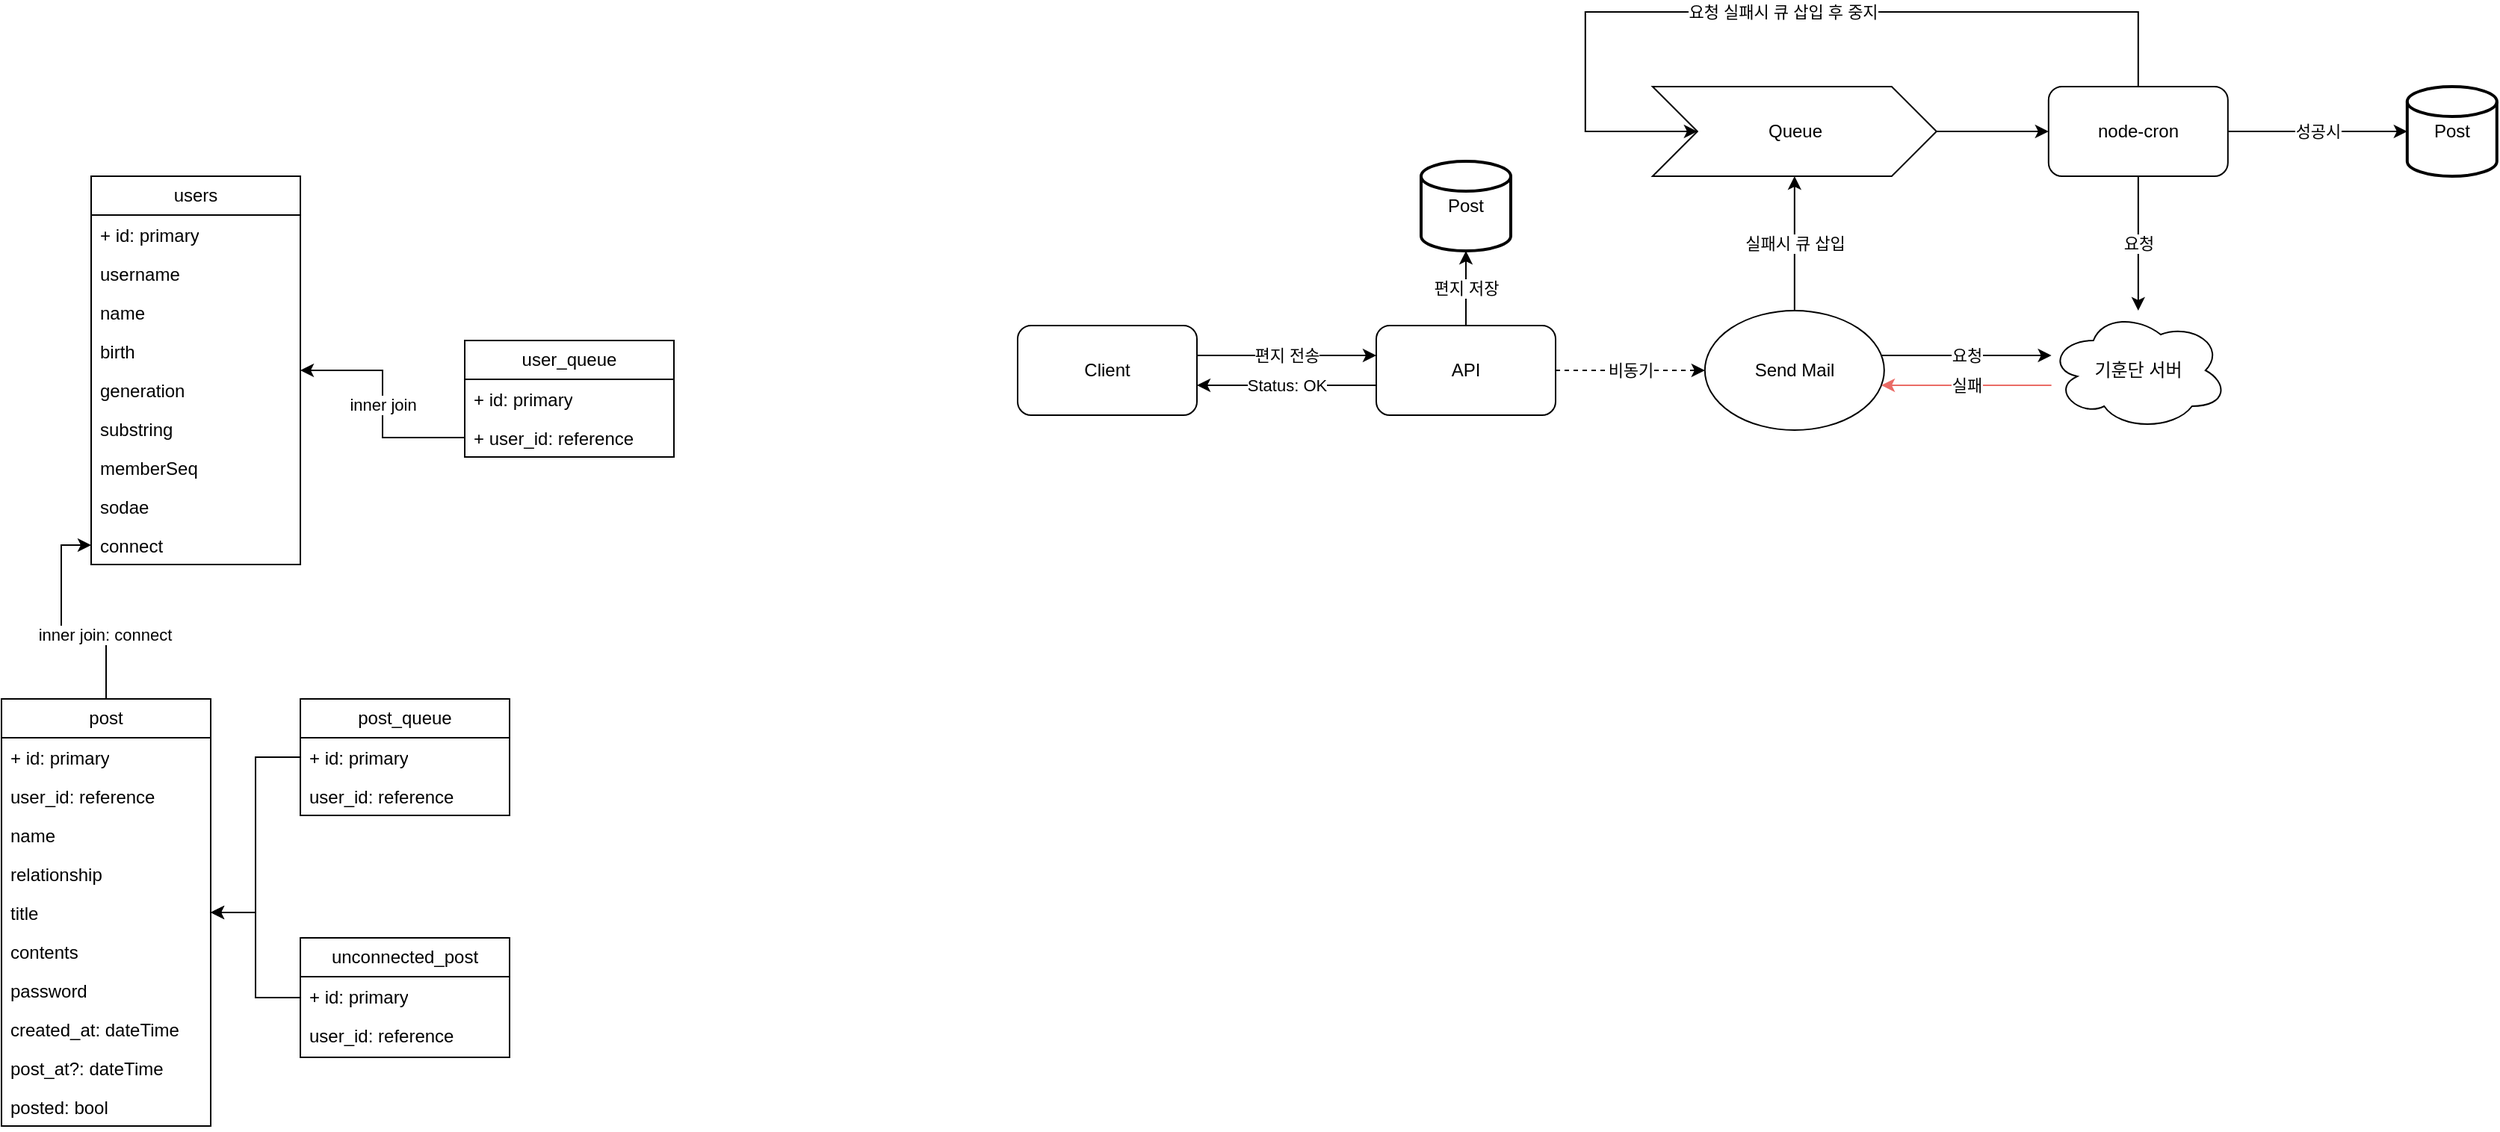
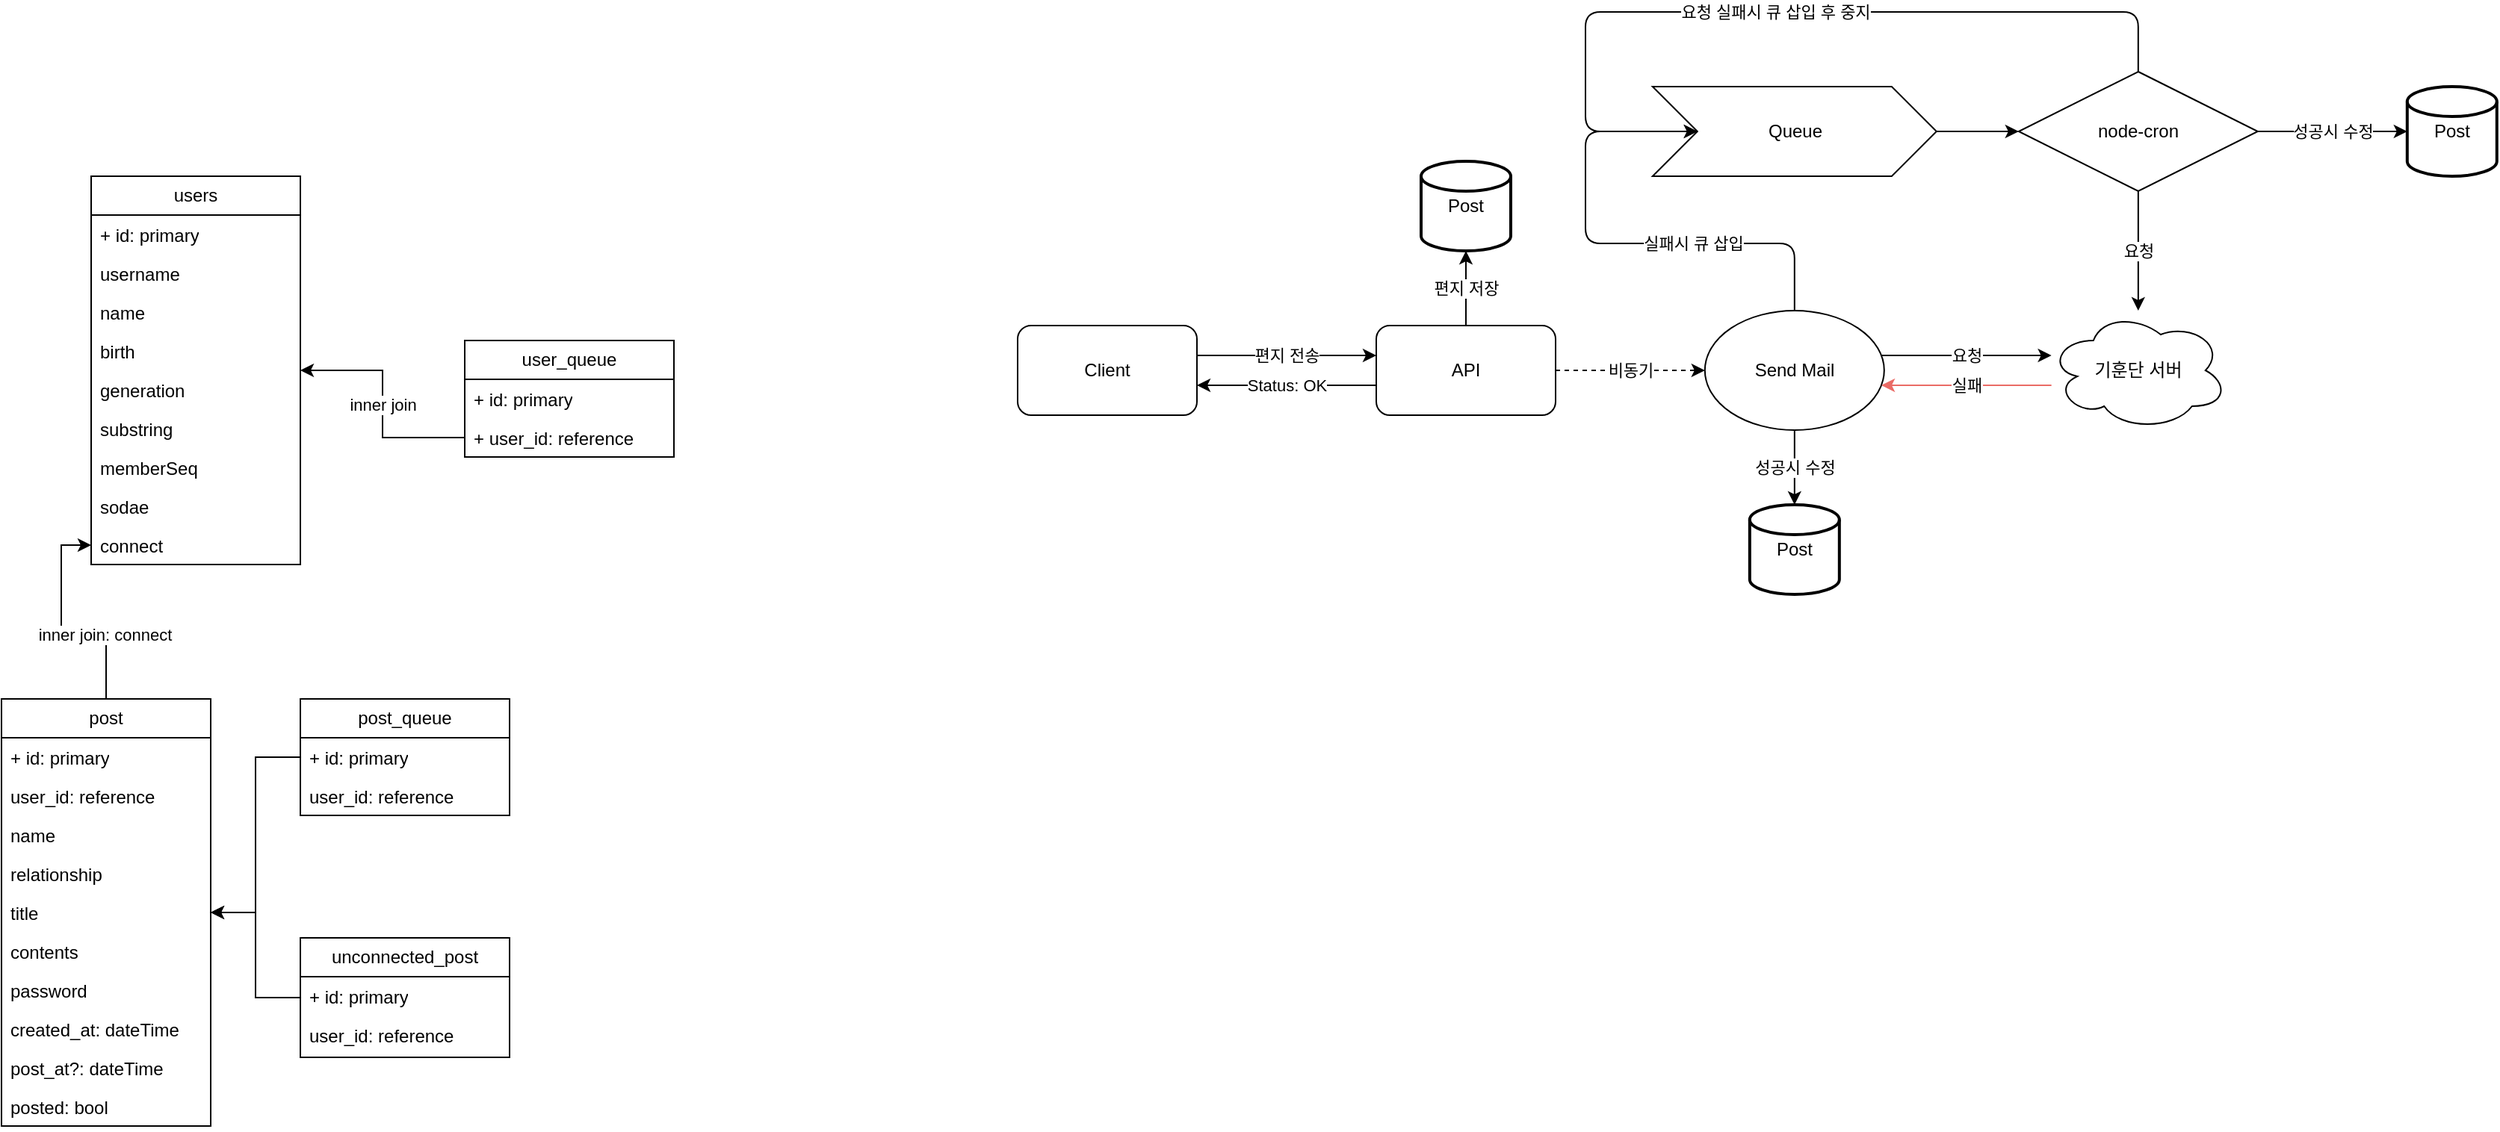
- <mxfile host="app.diagrams.net" modified="2024-04-08T14:14:40.045Z" agent="Mozilla/5.0 (X11; Linux x86_64) AppleWebKit/537.36 (KHTML, like Gecko) Chrome/109.0.0.0 Safari/537.36" etag="KxQUypgug7Vhi6y_9nnY" version="24.2.2" type="github">
+ <mxfile host="app.diagrams.net" modified="2024-04-08T14:18:54.072Z" agent="Mozilla/5.0 (X11; Linux x86_64) AppleWebKit/537.36 (KHTML, like Gecko) Chrome/109.0.0.0 Safari/537.36" etag="zryhcxBLEl_fFyGCxtGL" version="24.2.2" type="github">
  <diagram name="페이지-1" id="YYIqQqlZSumYDMB_ZiYN">
-     <mxGraphModel dx="1434" dy="776" grid="1" gridSize="10" guides="1" tooltips="1" connect="1" arrows="1" fold="1" page="1" pageScale="1" pageWidth="827" pageHeight="1169" math="0" shadow="0">
+     <mxGraphModel dx="1195" dy="647" grid="1" gridSize="10" guides="1" tooltips="1" connect="1" arrows="1" fold="1" page="1" pageScale="1" pageWidth="827" pageHeight="1169" math="0" shadow="0">
      <root>
        <mxCell id="0" />
        <mxCell id="1" parent="0" />
        <mxCell id="AZsRamwOxZUp80OkMe_C-2" value="users" style="swimlane;fontStyle=0;childLayout=stackLayout;horizontal=1;startSize=26;fillColor=none;horizontalStack=0;resizeParent=1;resizeParentMax=0;resizeLast=0;collapsible=1;marginBottom=0;whiteSpace=wrap;html=1;" parent="1" vertex="1">
          <mxGeometry x="140" y="250" width="140" height="260" as="geometry" />
        </mxCell>
        <mxCell id="AZsRamwOxZUp80OkMe_C-3" value="+ id: primary" style="text;strokeColor=none;fillColor=none;align=left;verticalAlign=top;spacingLeft=4;spacingRight=4;overflow=hidden;rotatable=0;points=[[0,0.5],[1,0.5]];portConstraint=eastwest;whiteSpace=wrap;html=1;" parent="AZsRamwOxZUp80OkMe_C-2" vertex="1">
          <mxGeometry y="26" width="140" height="26" as="geometry" />
        </mxCell>
        <mxCell id="AZsRamwOxZUp80OkMe_C-4" value="username" style="text;strokeColor=none;fillColor=none;align=left;verticalAlign=top;spacingLeft=4;spacingRight=4;overflow=hidden;rotatable=0;points=[[0,0.5],[1,0.5]];portConstraint=eastwest;whiteSpace=wrap;html=1;" parent="AZsRamwOxZUp80OkMe_C-2" vertex="1">
          <mxGeometry y="52" width="140" height="26" as="geometry" />
        </mxCell>
        <mxCell id="AZsRamwOxZUp80OkMe_C-5" value="name" style="text;strokeColor=none;fillColor=none;align=left;verticalAlign=top;spacingLeft=4;spacingRight=4;overflow=hidden;rotatable=0;points=[[0,0.5],[1,0.5]];portConstraint=eastwest;whiteSpace=wrap;html=1;" parent="AZsRamwOxZUp80OkMe_C-2" vertex="1">
          <mxGeometry y="78" width="140" height="26" as="geometry" />
        </mxCell>
        <mxCell id="AZsRamwOxZUp80OkMe_C-10" value="birth" style="text;strokeColor=none;fillColor=none;align=left;verticalAlign=top;spacingLeft=4;spacingRight=4;overflow=hidden;rotatable=0;points=[[0,0.5],[1,0.5]];portConstraint=eastwest;whiteSpace=wrap;html=1;" parent="AZsRamwOxZUp80OkMe_C-2" vertex="1">
          <mxGeometry y="104" width="140" height="26" as="geometry" />
        </mxCell>
        <mxCell id="AZsRamwOxZUp80OkMe_C-11" value="generation" style="text;strokeColor=none;fillColor=none;align=left;verticalAlign=top;spacingLeft=4;spacingRight=4;overflow=hidden;rotatable=0;points=[[0,0.5],[1,0.5]];portConstraint=eastwest;whiteSpace=wrap;html=1;" parent="AZsRamwOxZUp80OkMe_C-2" vertex="1">
          <mxGeometry y="130" width="140" height="26" as="geometry" />
        </mxCell>
        <mxCell id="AZsRamwOxZUp80OkMe_C-12" value="substring" style="text;strokeColor=none;fillColor=none;align=left;verticalAlign=top;spacingLeft=4;spacingRight=4;overflow=hidden;rotatable=0;points=[[0,0.5],[1,0.5]];portConstraint=eastwest;whiteSpace=wrap;html=1;" parent="AZsRamwOxZUp80OkMe_C-2" vertex="1">
          <mxGeometry y="156" width="140" height="26" as="geometry" />
        </mxCell>
        <mxCell id="AZsRamwOxZUp80OkMe_C-15" value="memberSeq" style="text;strokeColor=none;fillColor=none;align=left;verticalAlign=top;spacingLeft=4;spacingRight=4;overflow=hidden;rotatable=0;points=[[0,0.5],[1,0.5]];portConstraint=eastwest;whiteSpace=wrap;html=1;" parent="AZsRamwOxZUp80OkMe_C-2" vertex="1">
          <mxGeometry y="182" width="140" height="26" as="geometry" />
        </mxCell>
        <mxCell id="AZsRamwOxZUp80OkMe_C-14" value="sodae" style="text;strokeColor=none;fillColor=none;align=left;verticalAlign=top;spacingLeft=4;spacingRight=4;overflow=hidden;rotatable=0;points=[[0,0.5],[1,0.5]];portConstraint=eastwest;whiteSpace=wrap;html=1;" parent="AZsRamwOxZUp80OkMe_C-2" vertex="1">
          <mxGeometry y="208" width="140" height="26" as="geometry" />
        </mxCell>
        <mxCell id="AZsRamwOxZUp80OkMe_C-16" value="connect" style="text;strokeColor=none;fillColor=none;align=left;verticalAlign=top;spacingLeft=4;spacingRight=4;overflow=hidden;rotatable=0;points=[[0,0.5],[1,0.5]];portConstraint=eastwest;whiteSpace=wrap;html=1;" parent="AZsRamwOxZUp80OkMe_C-2" vertex="1">
          <mxGeometry y="234" width="140" height="26" as="geometry" />
        </mxCell>
        <mxCell id="AZsRamwOxZUp80OkMe_C-6" value="user_queue" style="swimlane;fontStyle=0;childLayout=stackLayout;horizontal=1;startSize=26;fillColor=none;horizontalStack=0;resizeParent=1;resizeParentMax=0;resizeLast=0;collapsible=1;marginBottom=0;whiteSpace=wrap;html=1;" parent="1" vertex="1">
          <mxGeometry x="390" y="360" width="140" height="78" as="geometry" />
        </mxCell>
        <mxCell id="AZsRamwOxZUp80OkMe_C-18" value="+ id: primary" style="text;strokeColor=none;fillColor=none;align=left;verticalAlign=top;spacingLeft=4;spacingRight=4;overflow=hidden;rotatable=0;points=[[0,0.5],[1,0.5]];portConstraint=eastwest;whiteSpace=wrap;html=1;" parent="AZsRamwOxZUp80OkMe_C-6" vertex="1">
          <mxGeometry y="26" width="140" height="26" as="geometry" />
        </mxCell>
        <mxCell id="AZsRamwOxZUp80OkMe_C-7" value="+ user_id: reference" style="text;strokeColor=none;fillColor=none;align=left;verticalAlign=top;spacingLeft=4;spacingRight=4;overflow=hidden;rotatable=0;points=[[0,0.5],[1,0.5]];portConstraint=eastwest;whiteSpace=wrap;html=1;" parent="AZsRamwOxZUp80OkMe_C-6" vertex="1">
          <mxGeometry y="52" width="140" height="26" as="geometry" />
        </mxCell>
        <mxCell id="AZsRamwOxZUp80OkMe_C-19" value="inner join" style="edgeStyle=orthogonalEdgeStyle;rounded=0;orthogonalLoop=1;jettySize=auto;html=1;" parent="1" source="AZsRamwOxZUp80OkMe_C-7" target="AZsRamwOxZUp80OkMe_C-2" edge="1">
          <mxGeometry relative="1" as="geometry" />
        </mxCell>
        <mxCell id="F6sanjwA14LKa2ckui42-2" style="edgeStyle=orthogonalEdgeStyle;rounded=0;orthogonalLoop=1;jettySize=auto;html=1;" parent="1" source="AZsRamwOxZUp80OkMe_C-20" target="AZsRamwOxZUp80OkMe_C-16" edge="1">
          <mxGeometry relative="1" as="geometry" />
        </mxCell>
        <mxCell id="F6sanjwA14LKa2ckui42-3" value="inner join: connect" style="edgeLabel;html=1;align=center;verticalAlign=middle;resizable=0;points=[];" parent="F6sanjwA14LKa2ckui42-2" vertex="1" connectable="0">
          <mxGeometry x="-0.4284" y="1" relative="1" as="geometry">
            <mxPoint as="offset" />
          </mxGeometry>
        </mxCell>
        <mxCell id="AZsRamwOxZUp80OkMe_C-20" value="post" style="swimlane;fontStyle=0;childLayout=stackLayout;horizontal=1;startSize=26;fillColor=none;horizontalStack=0;resizeParent=1;resizeParentMax=0;resizeLast=0;collapsible=1;marginBottom=0;whiteSpace=wrap;html=1;" parent="1" vertex="1">
          <mxGeometry x="80" y="600" width="140" height="286" as="geometry" />
        </mxCell>
        <mxCell id="AZsRamwOxZUp80OkMe_C-21" value="+ id: primary" style="text;strokeColor=none;fillColor=none;align=left;verticalAlign=top;spacingLeft=4;spacingRight=4;overflow=hidden;rotatable=0;points=[[0,0.5],[1,0.5]];portConstraint=eastwest;whiteSpace=wrap;html=1;" parent="AZsRamwOxZUp80OkMe_C-20" vertex="1">
          <mxGeometry y="26" width="140" height="26" as="geometry" />
        </mxCell>
        <mxCell id="AZsRamwOxZUp80OkMe_C-22" value="user_id: reference" style="text;strokeColor=none;fillColor=none;align=left;verticalAlign=top;spacingLeft=4;spacingRight=4;overflow=hidden;rotatable=0;points=[[0,0.5],[1,0.5]];portConstraint=eastwest;whiteSpace=wrap;html=1;" parent="AZsRamwOxZUp80OkMe_C-20" vertex="1">
          <mxGeometry y="52" width="140" height="26" as="geometry" />
        </mxCell>
        <mxCell id="AZsRamwOxZUp80OkMe_C-23" value="name" style="text;strokeColor=none;fillColor=none;align=left;verticalAlign=top;spacingLeft=4;spacingRight=4;overflow=hidden;rotatable=0;points=[[0,0.5],[1,0.5]];portConstraint=eastwest;whiteSpace=wrap;html=1;" parent="AZsRamwOxZUp80OkMe_C-20" vertex="1">
          <mxGeometry y="78" width="140" height="26" as="geometry" />
        </mxCell>
        <mxCell id="AZsRamwOxZUp80OkMe_C-24" value="relationship" style="text;strokeColor=none;fillColor=none;align=left;verticalAlign=top;spacingLeft=4;spacingRight=4;overflow=hidden;rotatable=0;points=[[0,0.5],[1,0.5]];portConstraint=eastwest;whiteSpace=wrap;html=1;" parent="AZsRamwOxZUp80OkMe_C-20" vertex="1">
          <mxGeometry y="104" width="140" height="26" as="geometry" />
        </mxCell>
        <mxCell id="AZsRamwOxZUp80OkMe_C-25" value="title" style="text;strokeColor=none;fillColor=none;align=left;verticalAlign=top;spacingLeft=4;spacingRight=4;overflow=hidden;rotatable=0;points=[[0,0.5],[1,0.5]];portConstraint=eastwest;whiteSpace=wrap;html=1;" parent="AZsRamwOxZUp80OkMe_C-20" vertex="1">
          <mxGeometry y="130" width="140" height="26" as="geometry" />
        </mxCell>
        <mxCell id="AZsRamwOxZUp80OkMe_C-26" value="contents" style="text;strokeColor=none;fillColor=none;align=left;verticalAlign=top;spacingLeft=4;spacingRight=4;overflow=hidden;rotatable=0;points=[[0,0.5],[1,0.5]];portConstraint=eastwest;whiteSpace=wrap;html=1;" parent="AZsRamwOxZUp80OkMe_C-20" vertex="1">
          <mxGeometry y="156" width="140" height="26" as="geometry" />
        </mxCell>
        <mxCell id="AZsRamwOxZUp80OkMe_C-27" value="password" style="text;strokeColor=none;fillColor=none;align=left;verticalAlign=top;spacingLeft=4;spacingRight=4;overflow=hidden;rotatable=0;points=[[0,0.5],[1,0.5]];portConstraint=eastwest;whiteSpace=wrap;html=1;" parent="AZsRamwOxZUp80OkMe_C-20" vertex="1">
          <mxGeometry y="182" width="140" height="26" as="geometry" />
        </mxCell>
        <mxCell id="AZsRamwOxZUp80OkMe_C-28" value="created_at: dateTime" style="text;strokeColor=none;fillColor=none;align=left;verticalAlign=top;spacingLeft=4;spacingRight=4;overflow=hidden;rotatable=0;points=[[0,0.5],[1,0.5]];portConstraint=eastwest;whiteSpace=wrap;html=1;" parent="AZsRamwOxZUp80OkMe_C-20" vertex="1">
          <mxGeometry y="208" width="140" height="26" as="geometry" />
        </mxCell>
        <mxCell id="AZsRamwOxZUp80OkMe_C-41" value="post_at?: dateTime" style="text;strokeColor=none;fillColor=none;align=left;verticalAlign=top;spacingLeft=4;spacingRight=4;overflow=hidden;rotatable=0;points=[[0,0.5],[1,0.5]];portConstraint=eastwest;whiteSpace=wrap;html=1;" parent="AZsRamwOxZUp80OkMe_C-20" vertex="1">
          <mxGeometry y="234" width="140" height="26" as="geometry" />
        </mxCell>
        <mxCell id="AZsRamwOxZUp80OkMe_C-42" value="posted: bool" style="text;strokeColor=none;fillColor=none;align=left;verticalAlign=top;spacingLeft=4;spacingRight=4;overflow=hidden;rotatable=0;points=[[0,0.5],[1,0.5]];portConstraint=eastwest;whiteSpace=wrap;html=1;" parent="AZsRamwOxZUp80OkMe_C-20" vertex="1">
          <mxGeometry y="260" width="140" height="26" as="geometry" />
        </mxCell>
        <mxCell id="F6sanjwA14LKa2ckui42-4" style="edgeStyle=orthogonalEdgeStyle;rounded=0;orthogonalLoop=1;jettySize=auto;html=1;" parent="1" source="AZsRamwOxZUp80OkMe_C-30" target="AZsRamwOxZUp80OkMe_C-20" edge="1">
          <mxGeometry relative="1" as="geometry" />
        </mxCell>
        <mxCell id="AZsRamwOxZUp80OkMe_C-30" value="post_queue" style="swimlane;fontStyle=0;childLayout=stackLayout;horizontal=1;startSize=26;fillColor=none;horizontalStack=0;resizeParent=1;resizeParentMax=0;resizeLast=0;collapsible=1;marginBottom=0;whiteSpace=wrap;html=1;" parent="1" vertex="1">
          <mxGeometry x="280" y="600" width="140" height="78" as="geometry" />
        </mxCell>
        <mxCell id="AZsRamwOxZUp80OkMe_C-31" value="+ id: primary" style="text;strokeColor=none;fillColor=none;align=left;verticalAlign=top;spacingLeft=4;spacingRight=4;overflow=hidden;rotatable=0;points=[[0,0.5],[1,0.5]];portConstraint=eastwest;whiteSpace=wrap;html=1;" parent="AZsRamwOxZUp80OkMe_C-30" vertex="1">
          <mxGeometry y="26" width="140" height="26" as="geometry" />
        </mxCell>
        <mxCell id="AZsRamwOxZUp80OkMe_C-32" value="user_id: reference" style="text;strokeColor=none;fillColor=none;align=left;verticalAlign=top;spacingLeft=4;spacingRight=4;overflow=hidden;rotatable=0;points=[[0,0.5],[1,0.5]];portConstraint=eastwest;whiteSpace=wrap;html=1;" parent="AZsRamwOxZUp80OkMe_C-30" vertex="1">
          <mxGeometry y="52" width="140" height="26" as="geometry" />
        </mxCell>
        <mxCell id="F6sanjwA14LKa2ckui42-5" style="edgeStyle=orthogonalEdgeStyle;rounded=0;orthogonalLoop=1;jettySize=auto;html=1;" parent="1" source="AZsRamwOxZUp80OkMe_C-46" target="AZsRamwOxZUp80OkMe_C-20" edge="1">
          <mxGeometry relative="1" as="geometry" />
        </mxCell>
        <mxCell id="AZsRamwOxZUp80OkMe_C-46" value="unconnected_post" style="swimlane;fontStyle=0;childLayout=stackLayout;horizontal=1;startSize=26;fillColor=none;horizontalStack=0;resizeParent=1;resizeParentMax=0;resizeLast=0;collapsible=1;marginBottom=0;whiteSpace=wrap;html=1;" parent="1" vertex="1">
          <mxGeometry x="280" y="760" width="140" height="80" as="geometry" />
        </mxCell>
        <mxCell id="AZsRamwOxZUp80OkMe_C-47" value="+ id: primary" style="text;strokeColor=none;fillColor=none;align=left;verticalAlign=top;spacingLeft=4;spacingRight=4;overflow=hidden;rotatable=0;points=[[0,0.5],[1,0.5]];portConstraint=eastwest;whiteSpace=wrap;html=1;" parent="AZsRamwOxZUp80OkMe_C-46" vertex="1">
          <mxGeometry y="26" width="140" height="26" as="geometry" />
        </mxCell>
        <mxCell id="AZsRamwOxZUp80OkMe_C-48" value="user_id: reference" style="text;strokeColor=none;fillColor=none;align=left;verticalAlign=top;spacingLeft=4;spacingRight=4;overflow=hidden;rotatable=0;points=[[0,0.5],[1,0.5]];portConstraint=eastwest;whiteSpace=wrap;html=1;" parent="AZsRamwOxZUp80OkMe_C-46" vertex="1">
          <mxGeometry y="52" width="140" height="28" as="geometry" />
        </mxCell>
        <mxCell id="TXcI-fBlLuWAS2TPfB02-3" value="요청" style="edgeStyle=orthogonalEdgeStyle;rounded=0;orthogonalLoop=1;jettySize=auto;html=1;" edge="1" parent="1" source="TXcI-fBlLuWAS2TPfB02-1" target="TXcI-fBlLuWAS2TPfB02-2">
          <mxGeometry relative="1" as="geometry">
            <Array as="points">
              <mxPoint x="1389.91" y="370" />
              <mxPoint x="1389.91" y="370" />
            </Array>
          </mxGeometry>
        </mxCell>
-         <mxCell id="TXcI-fBlLuWAS2TPfB02-5" value="실패시 큐 삽입" style="edgeStyle=orthogonalEdgeStyle;rounded=0;orthogonalLoop=1;jettySize=auto;html=1;" edge="1" parent="1" source="TXcI-fBlLuWAS2TPfB02-1" target="TXcI-fBlLuWAS2TPfB02-9">
+         <mxCell id="TXcI-fBlLuWAS2TPfB02-5" value="" style="edgeStyle=orthogonalEdgeStyle;rounded=1;orthogonalLoop=1;jettySize=auto;html=1;entryX=0;entryY=0.5;entryDx=30;entryDy=0;entryPerimeter=0;curved=0;" edge="1" parent="1" source="TXcI-fBlLuWAS2TPfB02-1" target="TXcI-fBlLuWAS2TPfB02-9">
          <mxGeometry relative="1" as="geometry">
            <mxPoint x="1279.91" y="280" as="targetPoint" />
-           </mxGeometry>
+             <Array as="points">
+               <mxPoint x="1280" y="295" />
+               <mxPoint x="1140" y="295" />
+               <mxPoint x="1140" y="220" />
+             </Array>
+           </mxGeometry>
+         </mxCell>
+         <mxCell id="TXcI-fBlLuWAS2TPfB02-33" value="실패시 큐 삽입" style="edgeLabel;html=1;align=center;verticalAlign=middle;resizable=0;points=[];" vertex="1" connectable="0" parent="TXcI-fBlLuWAS2TPfB02-5">
+           <mxGeometry x="-0.3238" relative="1" as="geometry">
+             <mxPoint as="offset" />
+           </mxGeometry>
+         </mxCell>
+         <mxCell id="TXcI-fBlLuWAS2TPfB02-31" value="성공시 수정" style="edgeStyle=orthogonalEdgeStyle;rounded=0;orthogonalLoop=1;jettySize=auto;html=1;" edge="1" parent="1" source="TXcI-fBlLuWAS2TPfB02-1" target="TXcI-fBlLuWAS2TPfB02-29">
+           <mxGeometry relative="1" as="geometry" />
        </mxCell>
        <mxCell id="TXcI-fBlLuWAS2TPfB02-1" value="Send Mail" style="ellipse;whiteSpace=wrap;html=1;" vertex="1" parent="1">
          <mxGeometry x="1219.91" y="340" width="120" height="80" as="geometry" />
        </mxCell>
        <mxCell id="TXcI-fBlLuWAS2TPfB02-6" value="실패" style="edgeStyle=orthogonalEdgeStyle;rounded=0;orthogonalLoop=1;jettySize=auto;html=1;strokeColor=#EA6B66;" edge="1" parent="1" source="TXcI-fBlLuWAS2TPfB02-2" target="TXcI-fBlLuWAS2TPfB02-1">
          <mxGeometry relative="1" as="geometry">
            <Array as="points">
              <mxPoint x="1389.91" y="390" />
              <mxPoint x="1389.91" y="390" />
            </Array>
          </mxGeometry>
        </mxCell>
        <mxCell id="TXcI-fBlLuWAS2TPfB02-2" value="기훈단 서버" style="ellipse;shape=cloud;whiteSpace=wrap;html=1;" vertex="1" parent="1">
          <mxGeometry x="1449.91" y="340" width="120" height="80" as="geometry" />
        </mxCell>
-         <mxCell id="TXcI-fBlLuWAS2TPfB02-11" style="edgeStyle=orthogonalEdgeStyle;rounded=0;orthogonalLoop=1;jettySize=auto;html=1;" edge="1" parent="1" source="TXcI-fBlLuWAS2TPfB02-9" target="TXcI-fBlLuWAS2TPfB02-10">
-           <mxGeometry relative="1" as="geometry" />
+         <mxCell id="TXcI-fBlLuWAS2TPfB02-11" style="edgeStyle=orthogonalEdgeStyle;rounded=0;orthogonalLoop=1;jettySize=auto;html=1;" edge="1" parent="1" source="TXcI-fBlLuWAS2TPfB02-9" target="TXcI-fBlLuWAS2TPfB02-27">
+           <mxGeometry relative="1" as="geometry">
+             <mxPoint x="1449.9099999999999" y="220" as="targetPoint" />
+             <Array as="points" />
+           </mxGeometry>
        </mxCell>
        <mxCell id="TXcI-fBlLuWAS2TPfB02-9" value="Queue" style="html=1;shadow=0;dashed=0;align=center;verticalAlign=middle;shape=mxgraph.arrows2.arrow;dy=0;dx=30;notch=30;" vertex="1" parent="1">
          <mxGeometry x="1184.91" y="190" width="190" height="60" as="geometry" />
        </mxCell>
-         <mxCell id="TXcI-fBlLuWAS2TPfB02-13" value="요청" style="edgeStyle=orthogonalEdgeStyle;rounded=0;orthogonalLoop=1;jettySize=auto;html=1;" edge="1" parent="1" source="TXcI-fBlLuWAS2TPfB02-10" target="TXcI-fBlLuWAS2TPfB02-2">
-           <mxGeometry relative="1" as="geometry" />
-         </mxCell>
-         <mxCell id="TXcI-fBlLuWAS2TPfB02-15" value="성공시" style="edgeStyle=orthogonalEdgeStyle;rounded=0;orthogonalLoop=1;jettySize=auto;html=1;" edge="1" parent="1" source="TXcI-fBlLuWAS2TPfB02-10" target="TXcI-fBlLuWAS2TPfB02-14">
-           <mxGeometry relative="1" as="geometry" />
-         </mxCell>
-         <mxCell id="TXcI-fBlLuWAS2TPfB02-16" value="요청 실패시 큐 삽입 후 중지" style="edgeStyle=orthogonalEdgeStyle;rounded=0;orthogonalLoop=1;jettySize=auto;html=1;entryX=0;entryY=0.5;entryDx=30;entryDy=0;entryPerimeter=0;" edge="1" parent="1" source="TXcI-fBlLuWAS2TPfB02-10" target="TXcI-fBlLuWAS2TPfB02-9">
-           <mxGeometry relative="1" as="geometry">
-             <Array as="points">
-               <mxPoint x="1509.91" y="140" />
-               <mxPoint x="1139.91" y="140" />
-               <mxPoint x="1139.91" y="220" />
-             </Array>
-           </mxGeometry>
-         </mxCell>
-         <mxCell id="TXcI-fBlLuWAS2TPfB02-10" value="node-cron" style="rounded=1;whiteSpace=wrap;html=1;" vertex="1" parent="1">
-           <mxGeometry x="1449.91" y="190" width="120" height="60" as="geometry" />
+         <mxCell id="TXcI-fBlLuWAS2TPfB02-13" value="요청" style="edgeStyle=orthogonalEdgeStyle;rounded=0;orthogonalLoop=1;jettySize=auto;html=1;" edge="1" parent="1" source="TXcI-fBlLuWAS2TPfB02-27" target="TXcI-fBlLuWAS2TPfB02-2">
+           <mxGeometry relative="1" as="geometry">
+             <mxPoint x="1509.9099999999999" y="250" as="sourcePoint" />
+           </mxGeometry>
+         </mxCell>
+         <mxCell id="TXcI-fBlLuWAS2TPfB02-15" value="성공시 수정" style="edgeStyle=orthogonalEdgeStyle;rounded=0;orthogonalLoop=1;jettySize=auto;html=1;" edge="1" parent="1" source="TXcI-fBlLuWAS2TPfB02-27" target="TXcI-fBlLuWAS2TPfB02-14">
+           <mxGeometry relative="1" as="geometry">
+             <mxPoint x="1569.9099999999999" y="220" as="sourcePoint" />
+             <Array as="points" />
+           </mxGeometry>
+         </mxCell>
+         <mxCell id="TXcI-fBlLuWAS2TPfB02-16" value="요청 실패시 큐 삽입 후 중지" style="edgeStyle=orthogonalEdgeStyle;rounded=1;orthogonalLoop=1;jettySize=auto;html=1;entryX=0;entryY=0.5;entryDx=30;entryDy=0;entryPerimeter=0;curved=0;" edge="1" parent="1" source="TXcI-fBlLuWAS2TPfB02-27" target="TXcI-fBlLuWAS2TPfB02-9">
+           <mxGeometry x="-0.0001" relative="1" as="geometry">
+             <mxPoint x="1509.9142857142856" y="190" as="sourcePoint" />
+             <Array as="points">
+               <mxPoint x="1510" y="140" />
+               <mxPoint x="1140" y="140" />
+               <mxPoint x="1140" y="220" />
+             </Array>
+             <mxPoint as="offset" />
+           </mxGeometry>
        </mxCell>
        <mxCell id="TXcI-fBlLuWAS2TPfB02-14" value="Post" style="strokeWidth=2;html=1;shape=mxgraph.flowchart.database;whiteSpace=wrap;" vertex="1" parent="1">
          <mxGeometry x="1689.91" y="190" width="60" height="60" as="geometry" />
        </mxCell>
        <mxCell id="TXcI-fBlLuWAS2TPfB02-21" value="편지 전송" style="edgeStyle=orthogonalEdgeStyle;rounded=0;orthogonalLoop=1;jettySize=auto;html=1;" edge="1" parent="1" source="TXcI-fBlLuWAS2TPfB02-19" target="TXcI-fBlLuWAS2TPfB02-22">
          <mxGeometry relative="1" as="geometry">
            <mxPoint x="970" y="380" as="targetPoint" />
            <Array as="points">
              <mxPoint x="960" y="370" />
              <mxPoint x="960" y="370" />
            </Array>
          </mxGeometry>
        </mxCell>
        <mxCell id="TXcI-fBlLuWAS2TPfB02-19" value="Client" style="rounded=1;whiteSpace=wrap;html=1;" vertex="1" parent="1">
          <mxGeometry x="760" y="350" width="120" height="60" as="geometry" />
        </mxCell>
        <mxCell id="TXcI-fBlLuWAS2TPfB02-20" value="Post" style="strokeWidth=2;html=1;shape=mxgraph.flowchart.database;whiteSpace=wrap;" vertex="1" parent="1">
          <mxGeometry x="1030" y="240" width="60" height="60" as="geometry" />
        </mxCell>
        <mxCell id="TXcI-fBlLuWAS2TPfB02-23" value="편지 저장" style="edgeStyle=orthogonalEdgeStyle;rounded=0;orthogonalLoop=1;jettySize=auto;html=1;" edge="1" parent="1" source="TXcI-fBlLuWAS2TPfB02-22" target="TXcI-fBlLuWAS2TPfB02-20">
          <mxGeometry relative="1" as="geometry" />
        </mxCell>
        <mxCell id="TXcI-fBlLuWAS2TPfB02-24" value="비동기" style="edgeStyle=orthogonalEdgeStyle;rounded=0;orthogonalLoop=1;jettySize=auto;html=1;dashed=1;" edge="1" parent="1" source="TXcI-fBlLuWAS2TPfB02-22" target="TXcI-fBlLuWAS2TPfB02-1">
          <mxGeometry relative="1" as="geometry" />
        </mxCell>
        <mxCell id="TXcI-fBlLuWAS2TPfB02-26" value="Status: OK" style="edgeStyle=orthogonalEdgeStyle;rounded=0;orthogonalLoop=1;jettySize=auto;html=1;" edge="1" parent="1" source="TXcI-fBlLuWAS2TPfB02-22" target="TXcI-fBlLuWAS2TPfB02-19">
          <mxGeometry relative="1" as="geometry">
            <Array as="points">
              <mxPoint x="960" y="390" />
              <mxPoint x="960" y="390" />
            </Array>
          </mxGeometry>
        </mxCell>
        <mxCell id="TXcI-fBlLuWAS2TPfB02-22" value="API" style="rounded=1;whiteSpace=wrap;html=1;" vertex="1" parent="1">
          <mxGeometry x="1000" y="350" width="120" height="60" as="geometry" />
+         </mxCell>
+         <mxCell id="TXcI-fBlLuWAS2TPfB02-27" value="node-cron" style="rhombus;whiteSpace=wrap;html=1;" vertex="1" parent="1">
+           <mxGeometry x="1429.91" y="180" width="160" height="80" as="geometry" />
+         </mxCell>
+         <mxCell id="TXcI-fBlLuWAS2TPfB02-29" value="Post" style="strokeWidth=2;html=1;shape=mxgraph.flowchart.database;whiteSpace=wrap;" vertex="1" parent="1">
+           <mxGeometry x="1249.91" y="470" width="60" height="60" as="geometry" />
        </mxCell>
      </root>
    </mxGraphModel>
  </diagram>
</mxfile>
